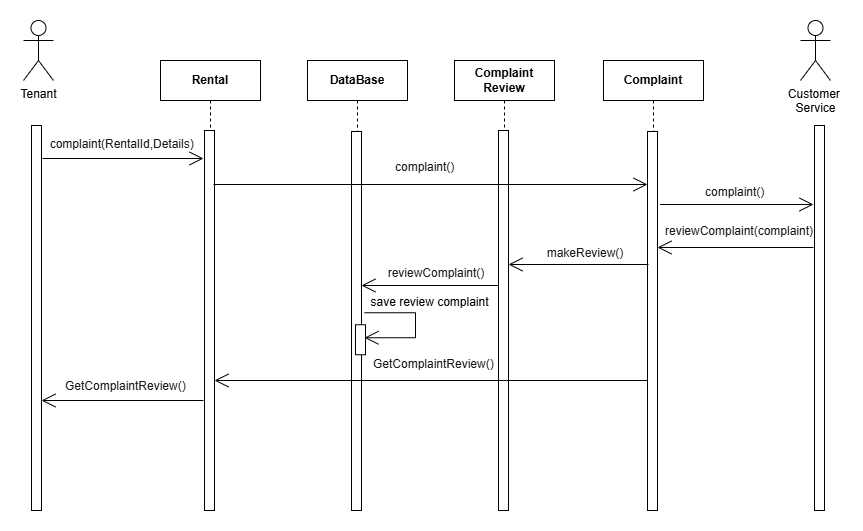
Semsary/Documentation keeps this draw.io diagram as docs/diagrams/sequence_diagram/Make_Review_Complaints.png. Above is the earlier version. Source tidied: cells renumbered, new cells last; positions are measured from the earlier drawing's top-left corner, leaving out a move shared by most shapes.
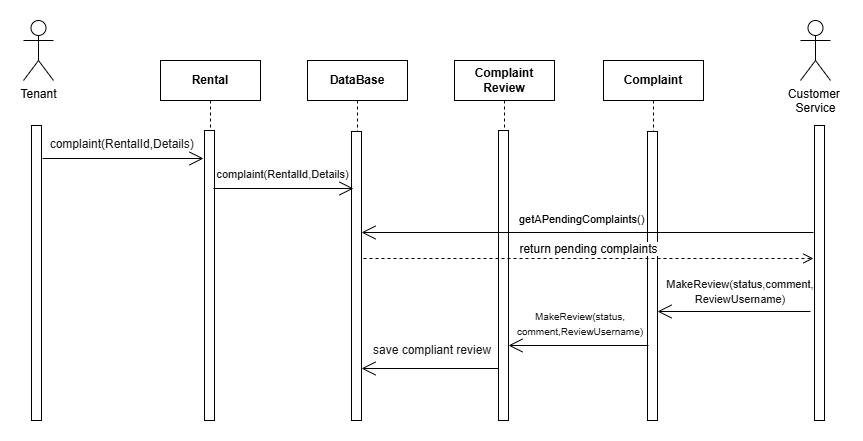
After the commit.

Diff of the diagram source:
```diff
@@ -6,13 +6,13 @@
       <mxGeometry width="30" height="60" as="geometry" />
     </mxCell>
     <mxCell id="3" style="html=1;perimeter=orthogonalPerimeter;targetShapes=umlLifeline;newEdgeStyle={&quot;curved&quot;:0,&quot;rounded&quot;:0};" parent="1" vertex="1">
-      <mxGeometry x="8" y="105" width="10" height="385" as="geometry" />
+      <mxGeometry x="8" y="105" width="10" height="295" as="geometry" />
     </mxCell>
     <mxCell id="4" value="Rental" style="shape=umlLifeline;perimeter=lifelinePerimeter;whiteSpace=wrap;html=1;newEdgeStyle={&quot;curved&quot;:0,&quot;rounded&quot;:0};fontStyle=1;" parent="1" vertex="1">
-      <mxGeometry x="137" y="40" width="100" height="420" as="geometry" />
+      <mxGeometry x="137" y="40" width="100" height="330" as="geometry" />
     </mxCell>
     <mxCell id="5" style="html=1;points=[[0,0,0,0,5],[0,1,0,0,-5],[1,0,0,0,5],[1,1,0,0,-5]];perimeter=orthogonalPerimeter;outlineConnect=0;targetShapes=umlLifeline;portConstraint=eastwest;newEdgeStyle={&quot;curved&quot;:0,&quot;rounded&quot;:0};" parent="4" vertex="1">
-      <mxGeometry x="44" y="70" width="10" height="380" as="geometry" />
+      <mxGeometry x="44" y="70" width="10" height="290" as="geometry" />
     </mxCell>
     <mxCell id="6" value="&lt;span style=&quot;font-family: Arial; color: rgb(25, 25, 25);&quot;&gt;&lt;font&gt;&amp;nbsp;complaint(RentalId,Details)&lt;/font&gt;&lt;/span&gt;" style="text;html=1;align=center;verticalAlign=middle;whiteSpace=wrap;rounded=0;" parent="1" vertex="1">
       <mxGeometry x="40" y="109" width="114" height="30" as="geometry" />
@@ -24,105 +24,79 @@
       </mxGeometry>
     </mxCell>
     <mxCell id="8" value="DataBase" style="shape=umlLifeline;perimeter=lifelinePerimeter;whiteSpace=wrap;html=1;newEdgeStyle={&quot;curved&quot;:0,&quot;rounded&quot;:0};fontStyle=1;" parent="1" vertex="1">
-      <mxGeometry x="284" y="40" width="100" height="430" as="geometry" />
+      <mxGeometry x="284" y="40" width="100" height="360" as="geometry" />
     </mxCell>
     <mxCell id="9" style="html=1;perimeter=orthogonalPerimeter;targetShapes=umlLifeline;newEdgeStyle={&quot;curved&quot;:0,&quot;rounded&quot;:0};" parent="1" vertex="1">
-      <mxGeometry x="328" y="111" width="10" height="379" as="geometry" />
+      <mxGeometry x="328" y="111" width="10" height="289" as="geometry" />
     </mxCell>
-    <mxCell id="10" style="endArrow=open;endFill=1;endSize=12;html=1;rounded=0;" parent="1" edge="1" target="15">
-      <mxGeometry relative="1" as="geometry">
-        <mxPoint x="790" y="227" as="sourcePoint" />
-      </mxGeometry>
-    </mxCell>
-    <mxCell id="11" style="endArrow=open;endFill=1;endSize=12;html=1;rounded=0;" parent="1" edge="1">
-      <mxGeometry relative="1" as="geometry">
-        <mxPoint x="636.5" y="184" as="sourcePoint" />
-        <mxPoint x="790" y="184" as="targetPoint" />
-      </mxGeometry>
-    </mxCell>
     <mxCell id="12" value="Complaint&lt;div&gt;Review&lt;/div&gt;" style="shape=umlLifeline;perimeter=lifelinePerimeter;whiteSpace=wrap;html=1;newEdgeStyle={&quot;curved&quot;:0,&quot;rounded&quot;:0};fontStyle=1;" parent="1" vertex="1">
-      <mxGeometry x="431" y="40" width="100" height="420" as="geometry" />
+      <mxGeometry x="431" y="40" width="100" height="340" as="geometry" />
     </mxCell>
     <mxCell id="13" style="html=1;perimeter=orthogonalPerimeter;targetShapes=umlLifeline;newEdgeStyle={&quot;curved&quot;:0,&quot;rounded&quot;:0};" parent="12" vertex="1">
-      <mxGeometry x="44" y="70" width="10" height="380" as="geometry" />
+      <mxGeometry x="44" y="70" width="10" height="290" as="geometry" />
     </mxCell>
     <mxCell id="14" value="Complaint" style="shape=umlLifeline;perimeter=lifelinePerimeter;whiteSpace=wrap;html=1;newEdgeStyle={&quot;curved&quot;:0,&quot;rounded&quot;:0};fontStyle=1;" parent="1" vertex="1">
-      <mxGeometry x="580" y="40" width="100" height="430" as="geometry" />
+      <mxGeometry x="580" y="40" width="100" height="330" as="geometry" />
     </mxCell>
     <mxCell id="15" style="html=1;points=[[0,0,0,0,5],[0,1,0,0,-5],[1,0,0,0,5],[1,1,0,0,-5]];perimeter=orthogonalPerimeter;outlineConnect=0;targetShapes=umlLifeline;portConstraint=eastwest;newEdgeStyle={&quot;curved&quot;:0,&quot;rounded&quot;:0};" parent="1" vertex="1">
-      <mxGeometry x="624" y="111" width="10" height="379" as="geometry" />
+      <mxGeometry x="624" y="111" width="10" height="289" as="geometry" />
     </mxCell>
     <mxCell id="16" value="Customer&amp;nbsp;&lt;div&gt;Service&lt;/div&gt;" style="shape=umlActor;verticalLabelPosition=bottom;verticalAlign=top;html=1;" parent="1" vertex="1">
       <mxGeometry x="777" width="30" height="60" as="geometry" />
     </mxCell>
     <mxCell id="17" style="html=1;perimeter=orthogonalPerimeter;targetShapes=umlLifeline;newEdgeStyle={&quot;curved&quot;:0,&quot;rounded&quot;:0};" parent="1" vertex="1">
-      <mxGeometry x="791" y="105" width="10" height="385" as="geometry" />
+      <mxGeometry x="791" y="105" width="10" height="295" as="geometry" />
     </mxCell>
     <mxCell id="18" style="endArrow=open;endFill=1;endSize=12;html=1;rounded=0;" parent="1" edge="1">
       <mxGeometry relative="1" as="geometry">
-        <mxPoint x="190" y="164" as="sourcePoint" />
-        <mxPoint x="624" y="164" as="targetPoint" />
+        <mxPoint x="190" y="168" as="sourcePoint" />
+        <mxPoint x="330" y="168" as="targetPoint" />
       </mxGeometry>
     </mxCell>
-    <mxCell id="19" value="&lt;span style=&quot;font-family: Arial; color: rgb(25, 25, 25);&quot;&gt;&lt;font&gt;&amp;nbsp;complaint()&lt;/font&gt;&lt;/span&gt;" style="text;html=1;align=center;verticalAlign=middle;whiteSpace=wrap;rounded=0;" parent="1" vertex="1">
-      <mxGeometry x="360" y="132" width="80" height="30" as="geometry" />
-    </mxCell>
-    <mxCell id="20" value="&lt;span style=&quot;font-family: Arial; color: rgb(25, 25, 25);&quot;&gt;&lt;font&gt;&amp;nbsp;complaint()&lt;/font&gt;&lt;/span&gt;" style="text;html=1;align=center;verticalAlign=middle;whiteSpace=wrap;rounded=0;" parent="1" vertex="1">
-      <mxGeometry x="670" y="157" width="80" height="30" as="geometry" />
-    </mxCell>
-    <mxCell id="21" value="&lt;span style=&quot;font-family: Arial; color: rgb(25, 25, 25);&quot;&gt;&lt;font&gt;reviewComplaint(complaint)&lt;/font&gt;&lt;/span&gt;" style="text;html=1;align=center;verticalAlign=middle;whiteSpace=wrap;rounded=0;" parent="1" vertex="1">
-      <mxGeometry x="676" y="196" width="80" height="30" as="geometry" />
-    </mxCell>
     <mxCell id="22" style="endArrow=open;endFill=1;endSize=12;html=1;rounded=0;" parent="1" edge="1">
       <mxGeometry relative="1" as="geometry">
-        <mxPoint x="625" y="244" as="sourcePoint" />
-        <mxPoint x="485" y="244" as="targetPoint" />
+        <mxPoint x="625" y="325" as="sourcePoint" />
+        <mxPoint x="485" y="325" as="targetPoint" />
       </mxGeometry>
     </mxCell>
-    <mxCell id="23" value="&lt;span style=&quot;font-family: Arial; color: rgb(25, 25, 25);&quot;&gt;&lt;font&gt;makeReview()&lt;/font&gt;&lt;/span&gt;" style="text;html=1;align=center;verticalAlign=middle;whiteSpace=wrap;rounded=0;" parent="1" vertex="1">
-      <mxGeometry x="522" y="218" width="80" height="30" as="geometry" />
+    <mxCell id="23" value="&lt;span style=&quot;font-family: Arial; color: rgb(25, 25, 25);&quot;&gt;&lt;font style=&quot;font-size: 11px;&quot;&gt;MakeReview(status,&lt;/font&gt;&lt;/span&gt;&lt;span style=&quot;font-size: 11px; color: light-dark(rgb(25, 25, 25), rgb(216, 216, 216)); font-family: Arial; background-color: transparent;&quot;&gt;comment,&lt;/span&gt;&lt;div&gt;&lt;span style=&quot;font-family: Arial; color: rgb(25, 25, 25);&quot;&gt;&lt;font style=&quot;font-size: 11px;&quot;&gt;ReviewUsername)&lt;/font&gt;&lt;/span&gt;&lt;/div&gt;" style="text;html=1;align=center;verticalAlign=middle;whiteSpace=wrap;rounded=0;" parent="1" vertex="1">
+      <mxGeometry x="627" y="256" width="180" height="30" as="geometry" />
     </mxCell>
     <mxCell id="24" style="endArrow=open;endFill=1;endSize=12;html=1;rounded=0;" parent="1" edge="1">
       <mxGeometry relative="1" as="geometry">
-        <mxPoint x="475" y="265" as="sourcePoint" />
-        <mxPoint x="338" y="265" as="targetPoint" />
+        <mxPoint x="475" y="348" as="sourcePoint" />
+        <mxPoint x="338" y="348" as="targetPoint" />
       </mxGeometry>
     </mxCell>
-    <mxCell id="25" value="&lt;span style=&quot;font-family: Arial; color: rgb(25, 25, 25);&quot;&gt;&lt;font&gt;reviewComplaint()&lt;/font&gt;&lt;/span&gt;" style="text;html=1;align=center;verticalAlign=middle;whiteSpace=wrap;rounded=0;" parent="1" vertex="1">
-      <mxGeometry x="373" y="238" width="80" height="30" as="geometry" />
+    <mxCell id="25" value="&lt;span style=&quot;font-family: Arial; color: rgb(25, 25, 25);&quot;&gt;&lt;font style=&quot;font-size: 10px;&quot;&gt;MakeReview(status,&lt;/font&gt;&lt;/span&gt;&lt;div&gt;&lt;span style=&quot;font-family: Arial; color: rgb(25, 25, 25);&quot;&gt;&lt;font style=&quot;font-size: 10px;&quot;&gt;comment,ReviewUsername)&lt;/font&gt;&lt;/span&gt;&lt;/div&gt;" style="text;html=1;align=center;verticalAlign=middle;whiteSpace=wrap;rounded=0;" parent="1" vertex="1">
+      <mxGeometry x="477" y="288" width="160" height="30" as="geometry" />
     </mxCell>
-    <mxCell id="26" style="endArrow=open;endFill=1;endSize=12;html=1;rounded=0;" parent="1" edge="1" target="5">
-      <mxGeometry relative="1" as="geometry">
-        <mxPoint x="624" y="360" as="sourcePoint" />
-      </mxGeometry>
-    </mxCell>
-    <mxCell id="27" style="endArrow=open;endFill=1;endSize=12;html=1;rounded=0;" parent="1" edge="1">
-      <mxGeometry relative="1" as="geometry">
-        <mxPoint x="180" y="380" as="sourcePoint" />
-        <mxPoint x="18" y="380" as="targetPoint" />
-      </mxGeometry>
-    </mxCell>
-    <mxCell id="28" value="&lt;p style=&quot;margin-top:0px; margin-bottom:0px; margin-left:0px; margin-right:0px; -qt-block-indent:0; text-indent:0px;&quot;&gt;&lt;span style=&quot;font-family: Arial; color: rgb(25, 25, 25);&quot;&gt;&lt;font&gt;GetComplaintReview()&lt;/font&gt;&lt;/span&gt;&lt;/p&gt;" style="text;whiteSpace=wrap;html=1;" parent="1" vertex="1">
-      <mxGeometry x="348" y="330" width="130" height="30" as="geometry" />
+    <mxCell id="28" value="&lt;p style=&quot;margin-top:0px; margin-bottom:0px; margin-left:0px; margin-right:0px; -qt-block-indent:0; text-indent:0px;&quot;&gt;&lt;span style=&quot;font-family: Arial; color: rgb(25, 25, 25);&quot;&gt;&lt;font&gt;save compliant review&lt;/font&gt;&lt;/span&gt;&lt;/p&gt;" style="text;whiteSpace=wrap;html=1;" parent="1" vertex="1">
+      <mxGeometry x="348" y="316" width="130" height="30" as="geometry" />
     </mxCell>
-    <mxCell id="29" value="&lt;p style=&quot;margin-top:0px; margin-bottom:0px; margin-left:0px; margin-right:0px; -qt-block-indent:0; text-indent:0px;&quot;&gt;&lt;span style=&quot;font-family: Arial; color: rgb(25, 25, 25);&quot;&gt;&lt;font&gt;GetComplaintReview()&lt;/font&gt;&lt;/span&gt;&lt;/p&gt;" style="text;whiteSpace=wrap;html=1;" parent="1" vertex="1">
-      <mxGeometry x="40" y="352" width="130" height="30" as="geometry" />
-    </mxCell>
-    <mxCell id="30" value="save review complaint" style="text;html=1;align=center;verticalAlign=middle;whiteSpace=wrap;rounded=0;" parent="1" vertex="1">
-      <mxGeometry x="343" y="266.8" width="127" height="30" as="geometry" />
-    </mxCell>
-    <mxCell id="31" style="endArrow=open;endFill=1;endSize=12;html=1;rounded=0;" parent="1" edge="1">
-      <mxGeometry relative="1" as="geometry">
-        <mxPoint x="341" y="292.2" as="sourcePoint" />
-        <mxPoint x="341" y="317.2" as="targetPoint" />
-        <Array as="points">
-          <mxPoint x="392" y="292.2" />
-          <mxPoint x="392" y="317.2" />
-        </Array>
-      </mxGeometry>
-    </mxCell>
-    <mxCell id="32" style="html=1;perimeter=orthogonalPerimeter;targetShapes=umlLifeline;newEdgeStyle={&quot;curved&quot;:0,&quot;rounded&quot;:0};" parent="1" vertex="1">
-      <mxGeometry x="332" y="304.2" width="10" height="30" as="geometry" />
-    </mxCell>
+    <mxCell id="33" style="endArrow=open;endFill=1;endSize=12;html=1;rounded=0;" parent="1" edge="1">
+      <mxGeometry relative="1" as="geometry">
+        <mxPoint x="790" y="212" as="sourcePoint" />
+        <mxPoint x="338" y="212" as="targetPoint" />
+      </mxGeometry>
+    </mxCell>
+    <mxCell id="34" value="&lt;div style=&quot;text-align: center;&quot;&gt;&lt;span style=&quot;color: light-dark(rgb(0, 0, 0), rgb(255, 255, 255)); font-size: 11px; text-wrap-mode: nowrap; background-color: rgb(255, 255, 255);&quot;&gt;getAPendingComplaints()&lt;/span&gt;&lt;/div&gt;" style="text;whiteSpace=wrap;html=1;" parent="1" vertex="1">
+      <mxGeometry x="494" y="185" width="86" height="26" as="geometry" />
+    </mxCell>
+    <mxCell id="35" value="&lt;span style=&quot;font-size: 12px;&quot;&gt;return pending complaints&lt;/span&gt;" style="html=1;verticalAlign=bottom;endArrow=open;dashed=1;endSize=8;curved=0;rounded=0;" parent="1" edge="1">
+      <mxGeometry relative="1" as="geometry">
+        <mxPoint x="340" y="238" as="sourcePoint" />
+        <mxPoint x="790" y="238" as="targetPoint" />
+      </mxGeometry>
+    </mxCell>
+    <mxCell id="36" style="endArrow=open;endFill=1;endSize=12;html=1;rounded=0;" parent="1" edge="1">
+      <mxGeometry relative="1" as="geometry">
+        <mxPoint x="787" y="291" as="sourcePoint" />
+        <mxPoint x="634" y="291" as="targetPoint" />
+      </mxGeometry>
+    </mxCell>
+    <mxCell id="37" value="&lt;span style=&quot;font-family: Arial; color: rgb(25, 25, 25);&quot;&gt;&lt;font style=&quot;font-size: 11px;&quot;&gt;&amp;nbsp;complaint(RentalId,Details)&lt;/font&gt;&lt;/span&gt;" style="text;html=1;align=center;verticalAlign=middle;whiteSpace=wrap;rounded=0;" parent="1" vertex="1">
+      <mxGeometry x="201" y="139" width="114" height="30" as="geometry" />
+    </mxCell>
   </root>
 </mxGraphModel>
```
